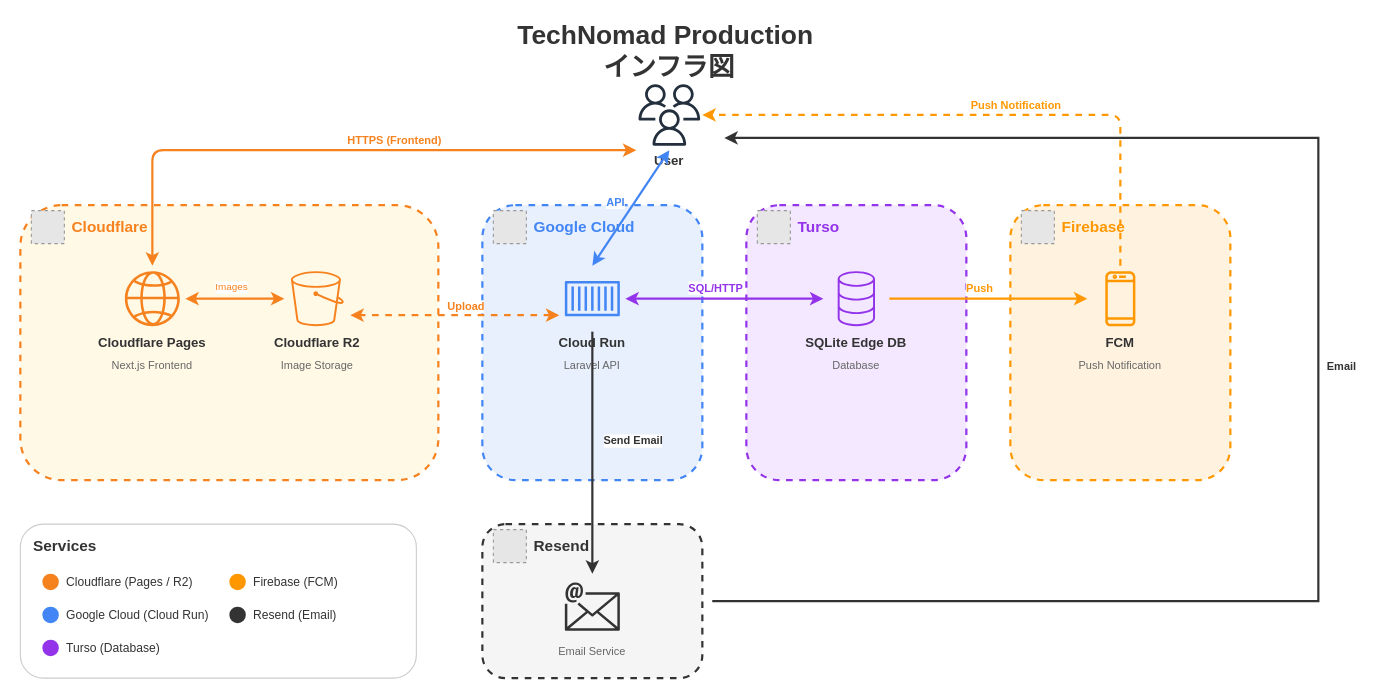
keito0612/TechNomadSpace-web keeps this draw.io diagram as docs/infrastructure.dio. Above is the earlier version. Source tidied: cells renumbered, new cells numbered last; positions are measured from the earlier drawing's top-left corner, leaving out a move shared by most shapes. Both pictures are drawn from the tidied source at 110%, with x=0, y=0 at pixel (20, 29). Pictures stored in the file or linked from it are replaced by grey dashed boxes.
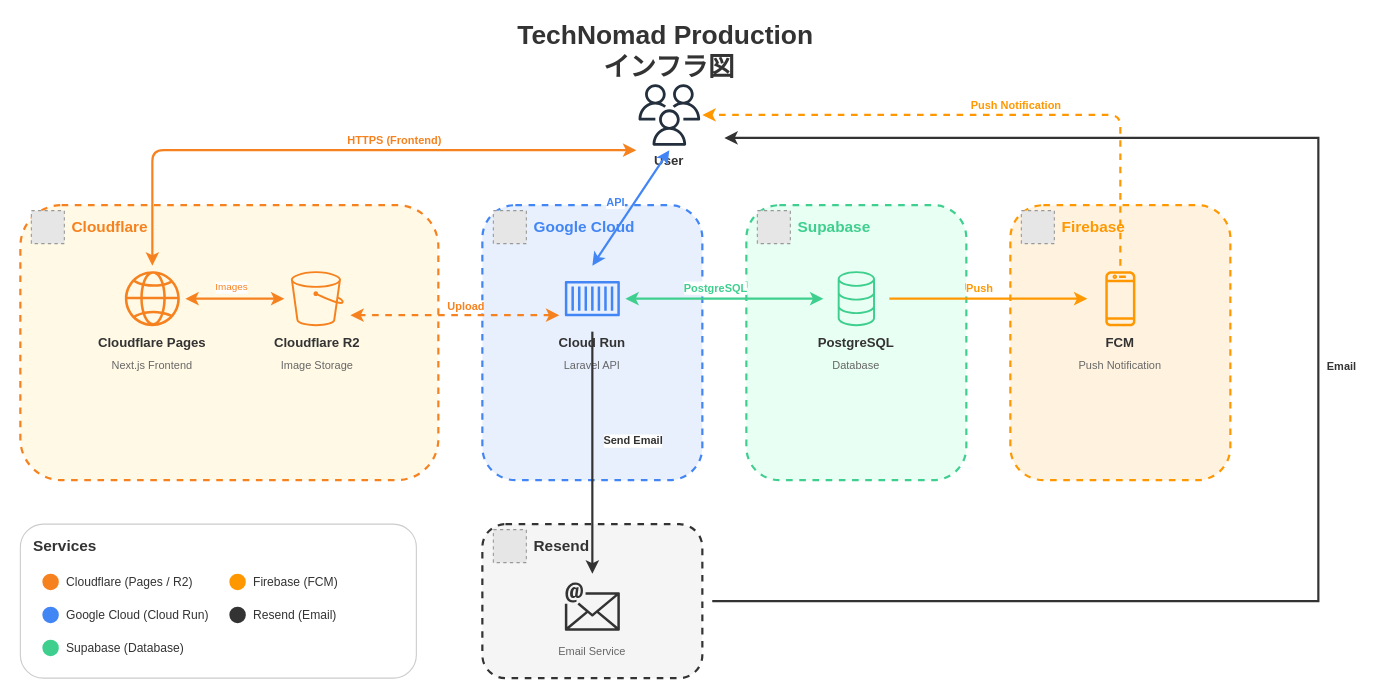
The same diagram, later.

Change to the diagram source:
```diff
@@
-<mxGraphModel>
+<mxGraphModel background="#ffffff">
@@
-    <mxCell id="22" style="rounded=1;whiteSpace=wrap;html=1;fillColor=#F3E8FF;strokeColor=#9333EA;dashed=1;strokeWidth=2;" parent="1" vertex="1">
+    <mxCell id="22" style="rounded=1;whiteSpace=wrap;html=1;fillColor=#E8FFF3;strokeColor=#3ECF8E;dashed=1;strokeWidth=2;" parent="1" vertex="1">
       <mxGeometry x="660" y="160" width="200" height="250" as="geometry" />
     </mxCell>
@@
-    <mxCell id="24" value="Turso" style="text;html=1;strokeColor=none;fillColor=none;align=left;verticalAlign=middle;whiteSpace=wrap;rounded=0;fontSize=14;fontStyle=1;fontColor=#9333EA;" parent="1" vertex="1">
-      <mxGeometry x="705" y="165" width="60" height="30" as="geometry" />
+    <mxCell id="24" value="Supabase" style="text;html=1;strokeColor=none;fillColor=none;align=left;verticalAlign=middle;whiteSpace=wrap;rounded=0;fontSize=14;fontStyle=1;fontColor=#3ECF8E;" parent="1" vertex="1">
+      <mxGeometry x="705" y="165" width="80" height="30" as="geometry" />
     </mxCell>
-    <mxCell id="25" style="sketch=0;fontColor=#232F3E;gradientColor=none;fillColor=#9333EA;strokeColor=none;dashed=0;verticalLabelPosition=bottom;verticalAlign=top;align=center;html=1;fontSize=12;fontStyle=0;shape=mxgraph.aws4.database;" parent="1" vertex="1">
+    <mxCell id="25" style="sketch=0;fontColor=#232F3E;gradientColor=none;fillColor=#3ECF8E;strokeColor=none;dashed=0;verticalLabelPosition=bottom;verticalAlign=top;align=center;html=1;fontSize=12;fontStyle=0;shape=mxgraph.aws4.database;" parent="1" vertex="1">
       <mxGeometry x="735" y="220" width="50" height="50" as="geometry" />
     </mxCell>
-    <mxCell id="26" value="SQLite Edge DB" style="text;html=1;strokeColor=none;fillColor=none;align=center;verticalAlign=middle;whiteSpace=wrap;rounded=0;fontSize=12;fontStyle=1;fontColor=#333333;" parent="1" vertex="1">
+    <mxCell id="26" value="PostgreSQL" style="text;html=1;strokeColor=none;fillColor=none;align=center;verticalAlign=middle;whiteSpace=wrap;rounded=0;fontSize=12;fontStyle=1;fontColor=#333333;" parent="1" vertex="1">
       <mxGeometry x="700" y="275" width="120" height="20" as="geometry" />
     </mxCell>
@@
-    <mxCell id="43" style="endArrow=classic;startArrow=classic;html=1;rounded=0;strokeWidth=2;strokeColor=#9333EA;" parent="1" edge="1">
+    <mxCell id="43" style="endArrow=classic;startArrow=classic;html=1;rounded=0;strokeWidth=2;strokeColor=#3ECF8E;" parent="1" edge="1">
       <mxGeometry relative="1" as="geometry">
         <mxPoint x="550" y="245" as="sourcePoint" />
         <mxPoint x="730" y="245" as="targetPoint" />
       </mxGeometry>
     </mxCell>
-    <mxCell id="44" value="SQL/HTTP" style="edgeLabel;html=1;align=center;verticalAlign=middle;fontSize=10;fontColor=#9333EA;fontStyle=1;" parent="43" vertex="1">
+    <mxCell id="44" value="PostgreSQL" style="edgeLabel;html=1;align=center;verticalAlign=middle;fontSize=10;fontColor=#3ECF8E;fontStyle=1;" parent="43" vertex="1">
       <mxGeometry x="-0.1" y="1" relative="1" as="geometry">
         <mxPoint y="-10" as="offset" />
       </mxGeometry>
     </mxCell>
@@
-    <mxCell id="59" style="ellipse;whiteSpace=wrap;html=1;fillColor=#9333EA;strokeColor=none;" parent="1" vertex="1">
+    <mxCell id="59" style="ellipse;whiteSpace=wrap;html=1;fillColor=#3ECF8E;strokeColor=none;" parent="1" vertex="1">
       <mxGeometry x="20" y="555" width="15" height="15" as="geometry" />
     </mxCell>
-    <mxCell id="60" value="Turso (Database)" style="text;html=1;strokeColor=none;fillColor=none;align=left;verticalAlign=middle;whiteSpace=wrap;rounded=0;fontSize=11;fontColor=#333333;" parent="1" vertex="1">
-      <mxGeometry x="40" y="550" width="120" height="25" as="geometry" />
+    <mxCell id="60" value="Supabase (Database)" style="text;html=1;strokeColor=none;fillColor=none;align=left;verticalAlign=middle;whiteSpace=wrap;rounded=0;fontSize=11;fontColor=#333333;" parent="1" vertex="1">
+      <mxGeometry x="40" y="550" width="140" height="25" as="geometry" />
     </mxCell>
```
